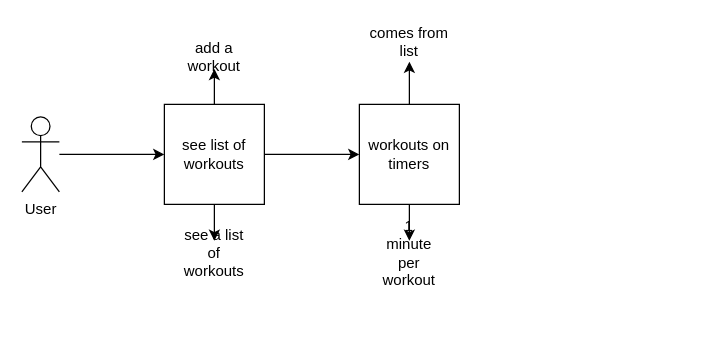
Before: uml.drawio in brendon-401-advanced-javascript/time-4-fitness, a draw.io diagram. Source tidied: cells renumbered, new cells numbered last; positions are measured from the earlier drawing's top-left corner, leaving out a move shared by most shapes. Both pictures are drawn from the tidied source at 125%, with x=0, y=0 at pixel (21, 21).
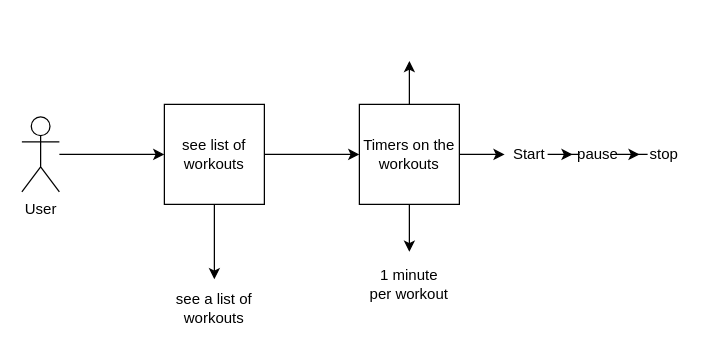
After the change.

Diff of the diagram source:
```diff
@@
 <mxGraphModel>
   <root>
     <mxCell id="0" />
     <mxCell id="1" parent="0" />
     <mxCell id="2" style="edgeStyle=orthogonalEdgeStyle;rounded=0;jettySize=auto;html=1;" parent="1" edge="1" source="3" target="7">
       <mxGeometry relative="1" as="geometry" />
     </mxCell>
     <mxCell id="3" value="User" style="shape=umlActor;verticalLabelPosition=bottom;verticalAlign=top;html=1;outlineConnect=0;" parent="1" vertex="1">
       <mxGeometry y="76" width="30" height="60" as="geometry" />
     </mxCell>
-    <mxCell id="4" style="edgeStyle=orthogonalEdgeStyle;rounded=0;jettySize=auto;html=1;" parent="1" edge="1" source="7" target="8">
-      <mxGeometry relative="1" as="geometry" />
-    </mxCell>
     <mxCell id="5" style="edgeStyle=orthogonalEdgeStyle;rounded=0;jettySize=auto;html=1;" parent="1" edge="1" source="7" target="9">
       <mxGeometry relative="1" as="geometry" />
     </mxCell>
     <mxCell id="6" style="edgeStyle=orthogonalEdgeStyle;rounded=0;jettySize=auto;html=1;" parent="1" edge="1" source="7" target="12">
       <mxGeometry relative="1" as="geometry" />
     </mxCell>
     <mxCell id="7" value="see list of workouts" style="whiteSpace=wrap;html=1;" parent="1" vertex="1">
       <mxGeometry x="114" y="66" width="80" height="80" as="geometry" />
     </mxCell>
-    <mxCell id="8" value="add a workout" style="text;html=1;strokeColor=none;fillColor=none;align=center;verticalAlign=middle;whiteSpace=wrap;rounded=0;" parent="1" vertex="1">
-      <mxGeometry x="134" y="17.6" width="40" height="20" as="geometry" />
-    </mxCell>
     <mxCell id="9" value="see a list of workouts" style="text;html=1;strokeColor=none;fillColor=none;align=center;verticalAlign=middle;whiteSpace=wrap;rounded=0;" parent="1" vertex="1">
-      <mxGeometry x="134" y="175.2" width="40" height="20" as="geometry" />
+      <mxGeometry x="114" y="206" width="80" height="45" as="geometry" />
     </mxCell>
-    <mxCell id="10" style="edgeStyle=orthogonalEdgeStyle;rounded=0;jettySize=auto;html=1;" parent="1" edge="1" source="12" target="13">
-      <mxGeometry relative="1" as="geometry" />
-    </mxCell>
     <mxCell id="11" style="edgeStyle=orthogonalEdgeStyle;rounded=0;jettySize=auto;html=1;" parent="1" edge="1" source="12" target="14">
       <mxGeometry relative="1" as="geometry" />
     </mxCell>
+    <mxCell id="15" style="edgeStyle=orthogonalEdgeStyle;rounded=0;jettySize=auto;html=1;" parent="1" edge="1" source="12" target="18">
+      <mxGeometry relative="1" as="geometry" />
+    </mxCell>
+    <mxCell id="16" style="edgeStyle=orthogonalEdgeStyle;rounded=0;jettySize=auto;html=1;" parent="1" edge="1" source="12">
+      <mxGeometry relative="1" as="geometry">
+        <mxPoint x="310" y="31.2" as="targetPoint" />
+      </mxGeometry>
+    </mxCell>
-    <mxCell id="12" value="workouts on timers" style="whiteSpace=wrap;html=1;" parent="1" vertex="1">
+    <mxCell id="12" value="Timers on the workouts" style="whiteSpace=wrap;html=1;" parent="1" vertex="1">
       <mxGeometry x="270" y="66" width="80" height="80" as="geometry" />
     </mxCell>
-    <mxCell id="13" value="comes from list" style="text;html=1;strokeColor=none;fillColor=none;align=center;verticalAlign=middle;whiteSpace=wrap;rounded=0;" parent="1" vertex="1">
-      <mxGeometry x="275" width="70" height="31.8" as="geometry" />
-    </mxCell>
     <mxCell id="14" value="1 minute per workout" style="text;html=1;strokeColor=none;fillColor=none;align=center;verticalAlign=middle;whiteSpace=wrap;rounded=0;" parent="1" vertex="1">
-      <mxGeometry x="290" y="175.2" width="40" height="20" as="geometry" />
+      <mxGeometry x="277" y="184" width="66" height="51.8" as="geometry" />
     </mxCell>
+    <mxCell id="17" style="edgeStyle=orthogonalEdgeStyle;rounded=0;jettySize=auto;html=1;" parent="1" edge="1" source="18" target="20">
+      <mxGeometry relative="1" as="geometry" />
+    </mxCell>
+    <mxCell id="18" value="Start" style="text;html=1;strokeColor=none;fillColor=none;align=center;verticalAlign=middle;whiteSpace=wrap;rounded=0;" parent="1" vertex="1">
+      <mxGeometry x="386.2" y="96" width="40" height="20" as="geometry" />
+    </mxCell>
+    <mxCell id="19" style="edgeStyle=orthogonalEdgeStyle;rounded=0;jettySize=auto;html=1;" parent="1" edge="1" source="20" target="21">
+      <mxGeometry relative="1" as="geometry" />
+    </mxCell>
+    <mxCell id="20" value="pause" style="text;html=1;strokeColor=none;fillColor=none;align=center;verticalAlign=middle;whiteSpace=wrap;rounded=0;" parent="1" vertex="1">
+      <mxGeometry x="440.6" y="96" width="40" height="20" as="geometry" />
+    </mxCell>
+    <mxCell id="21" value="stop" style="text;html=1;strokeColor=none;fillColor=none;align=center;verticalAlign=middle;whiteSpace=wrap;rounded=0;" parent="1" vertex="1">
+      <mxGeometry x="494.2" y="96" width="40" height="20" as="geometry" />
+    </mxCell>
   </root>
 </mxGraphModel>
```
